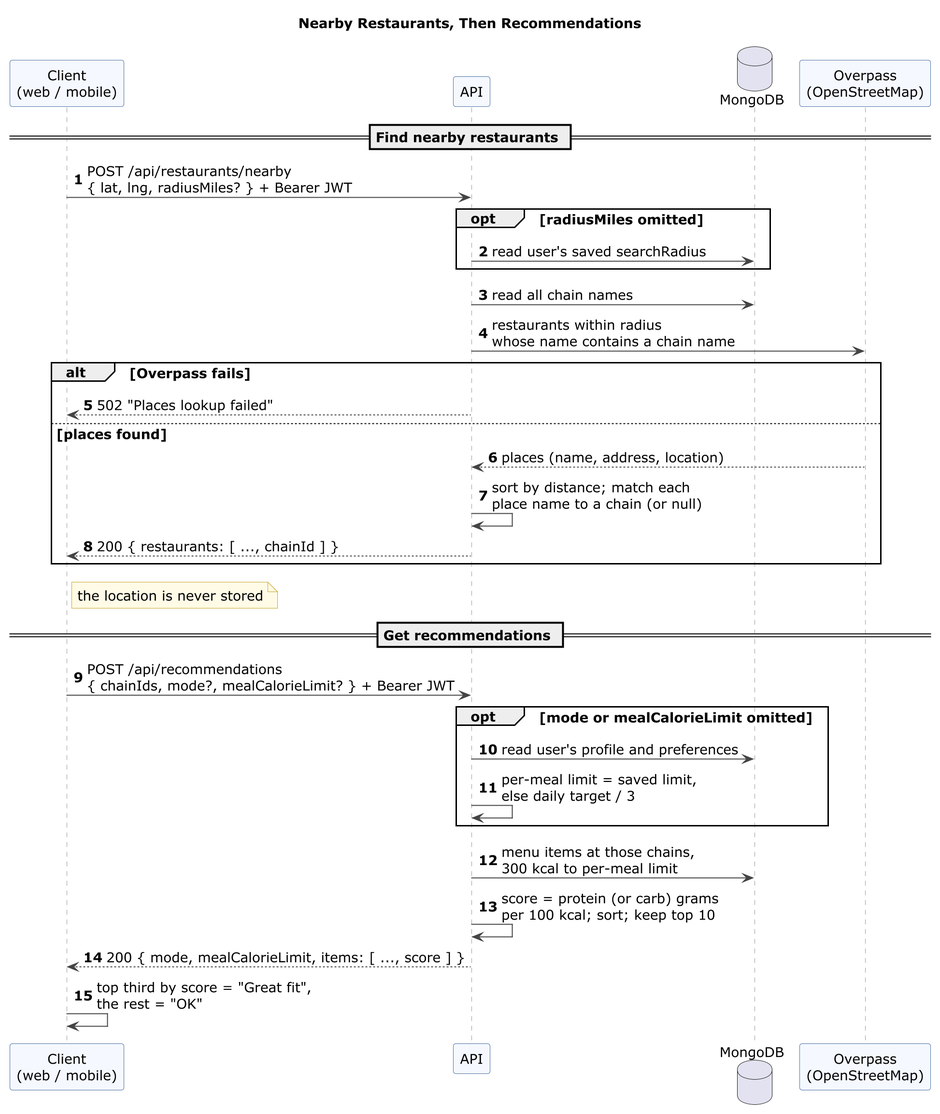
Before: docs/diagrams/sequence-recommendations.png, a diagram exported from PlantUML (polter-dev/POOSD_large_proj).
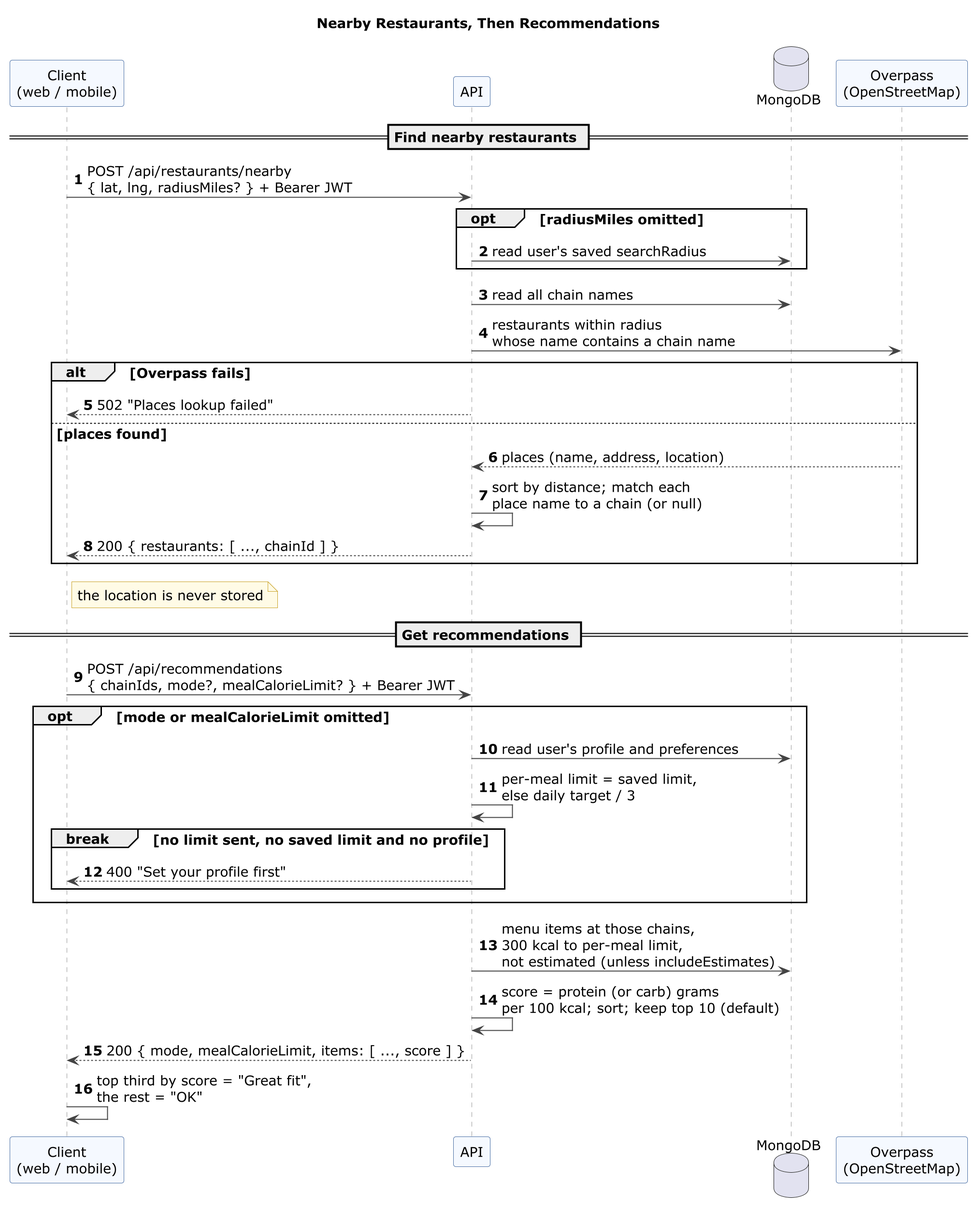
The same file after the commit.

Commit message:
Diagrams: estimates filter, profile-missing 400, default top 10 (review on #97)

The edit, as a diff of the source:
```diff
@@ -40,9 +40,12 @@
 opt mode or mealCalorieLimit omitted
   API -> MongoDB : read user's profile and preferences
   API -> API : per-meal limit = saved limit,\nelse daily target / 3
+  break no limit sent, no saved limit and no profile
+    API --> Client : 400 "Set your profile first"
+  end
 end
-API -> MongoDB : menu items at those chains,\n300 kcal to per-meal limit
-API -> API : score = protein (or carb) grams\nper 100 kcal; sort; keep top 10
+API -> MongoDB : menu items at those chains,\n300 kcal to per-meal limit,\nnot estimated (unless includeEstimates)
+API -> API : score = protein (or carb) grams\nper 100 kcal; sort; keep top 10 (default)
 API --> Client : 200 { mode, mealCalorieLimit, items: [ ..., score ] }
 Client -> Client : top third by score = "Great fit",\nthe rest = "OK"
 
```
